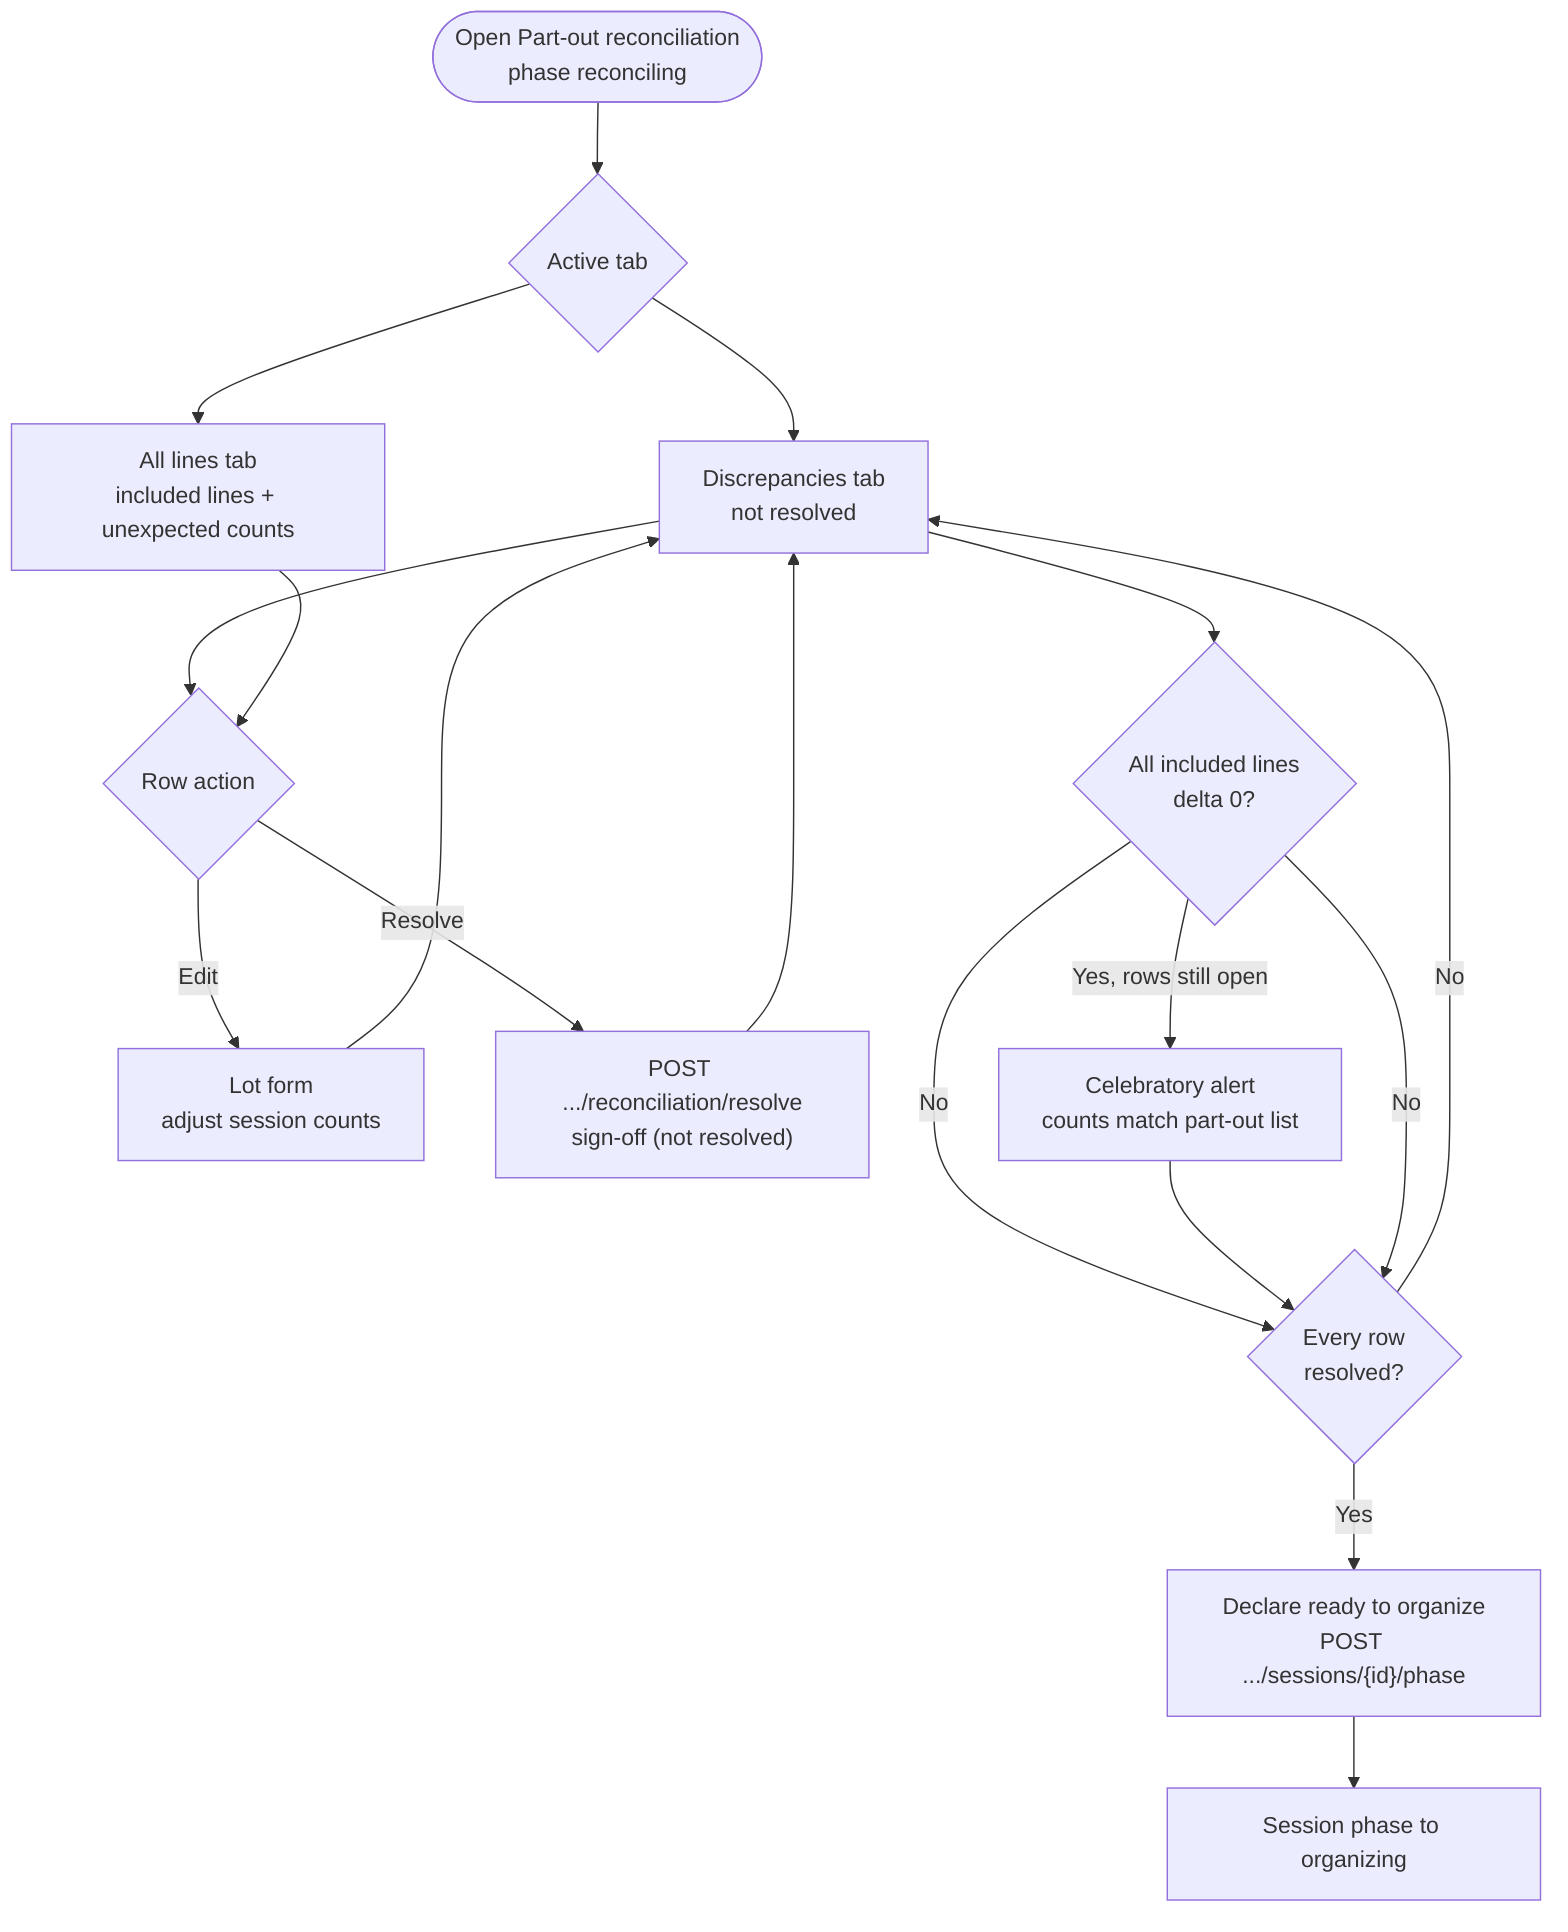
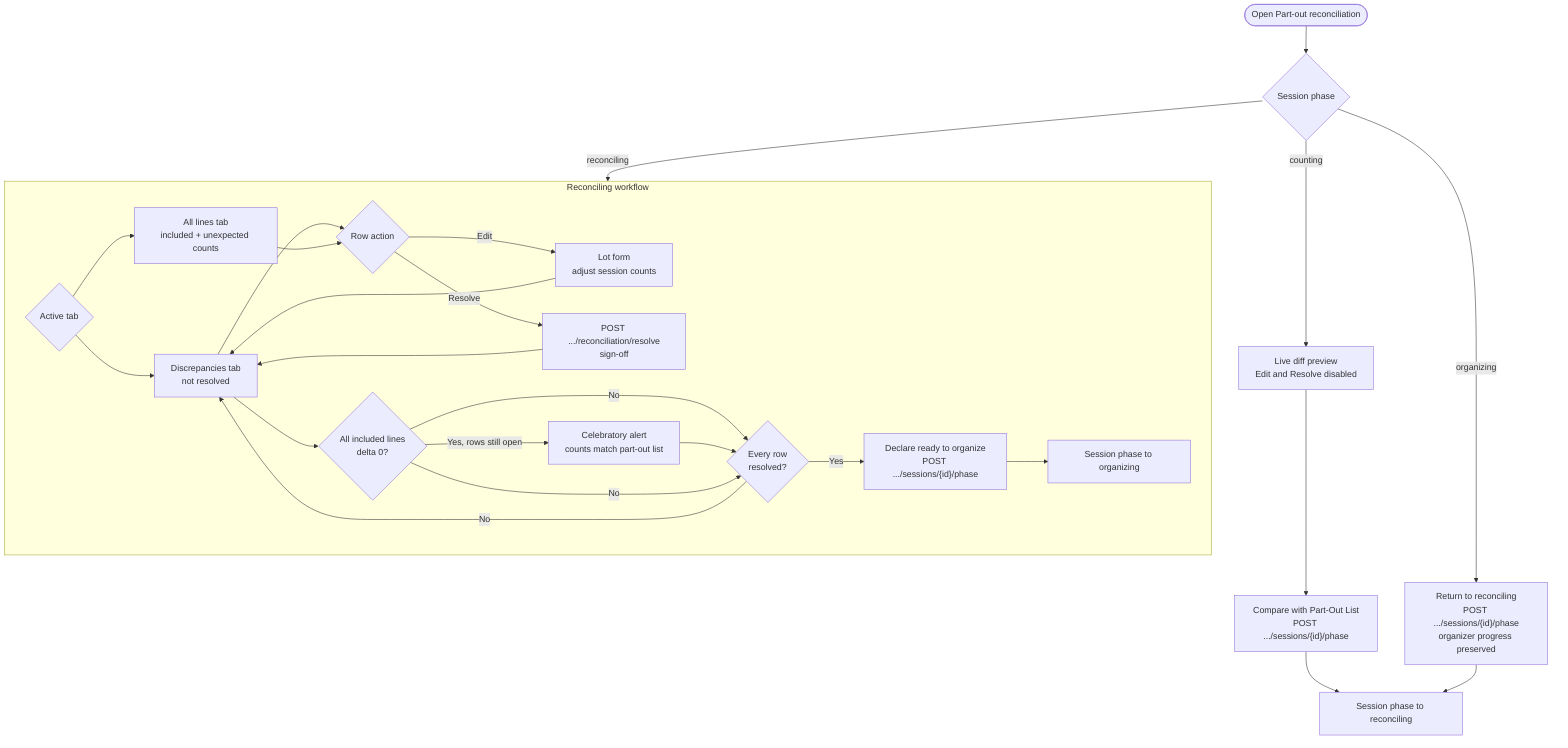
- %% Part-out reconciliation — worker actions within reconciling phase
- %% Source: docs/view-specs/part-out-reconciliation.md
- %% Export XML happens later in updating_inventory (see store-inventory-update.mmd).
+ %% Part-out reconciliation — worker actions by session phase on this view
+ %% Source: docs/view-specs/part-out-reconciliation.md, docs/session-nav-by-view.md
+ %% Export XML: updating_inventory only (see store-inventory-update.mmd).

flowchart TD
-     enter(["Open Part-out reconciliation<br>phase reconciling"])
+     enter(["Open Part-out reconciliation"])

-     enter --> tabs{"Active tab"}
+     enter --> phase{"Session phase"}

-     tabs --> disc["Discrepancies tab<br>not resolved"]
-     tabs --> all["All lines tab<br>included lines + unexpected counts"]
+     phase -->|counting| counting["Live diff preview<br>Edit and Resolve disabled"]
+     counting --> compare["Compare with Part-Out List<br>POST .../sessions/{id}/phase"]
+     compare --> phaseRecon["Session phase to reconciling"]

-     disc --> row{"Row action"}
-     all --> row
+     phase -->|reconciling| reconFlow
+     phase -->|organizing| returnBtn["Return to reconciling<br>POST .../sessions/{id}/phase<br>organizer progress preserved"]
+     returnBtn --> phaseRecon

-     row -->|Edit| lot["Lot form<br>adjust session counts"]
-     row -->|Resolve| sign["POST .../reconciliation/resolve<br>sign-off (not resolved)"]
+     subgraph reconFlow["Reconciling workflow"]
+         tabs{"Active tab"}
+         tabs --> disc["Discrepancies tab<br>not resolved"]
+         tabs --> all["All lines tab<br>included + unexpected counts"]

-     lot --> disc
-     sign --> disc
+         disc --> row{"Row action"}
+         all --> row

-     disc --> match{"All included lines<br>delta 0?"}
-     match -->|Yes, rows still open| celebrate["Celebratory alert<br>counts match part-out list"]
-     match -->|No| check
-     celebrate --> check{"Every row<br>resolved?"}
-     match -->|No| check
+         row -->|Edit| lot["Lot form<br>adjust session counts"]
+         row -->|Resolve| sign["POST .../reconciliation/resolve<br>sign-off"]

-     check -->|No| disc
-     check -->|Yes| ready["Declare ready to organize<br>POST .../sessions/{id}/phase"]
-     ready --> phaseOrg["Session phase to organizing"]
+         lot --> disc
+         sign --> disc
+ 
+         disc --> match{"All included lines<br>delta 0?"}
+         match -->|Yes, rows still open| celebrate["Celebratory alert<br>counts match part-out list"]
+         match -->|No| check
+         celebrate --> check{"Every row<br>resolved?"}
+         match -->|No| check
+ 
+         check -->|No| disc
+         check -->|Yes| ready["Declare ready to organize<br>POST .../sessions/{id}/phase"]
+         ready --> phaseOrg["Session phase to organizing"]
+     end
